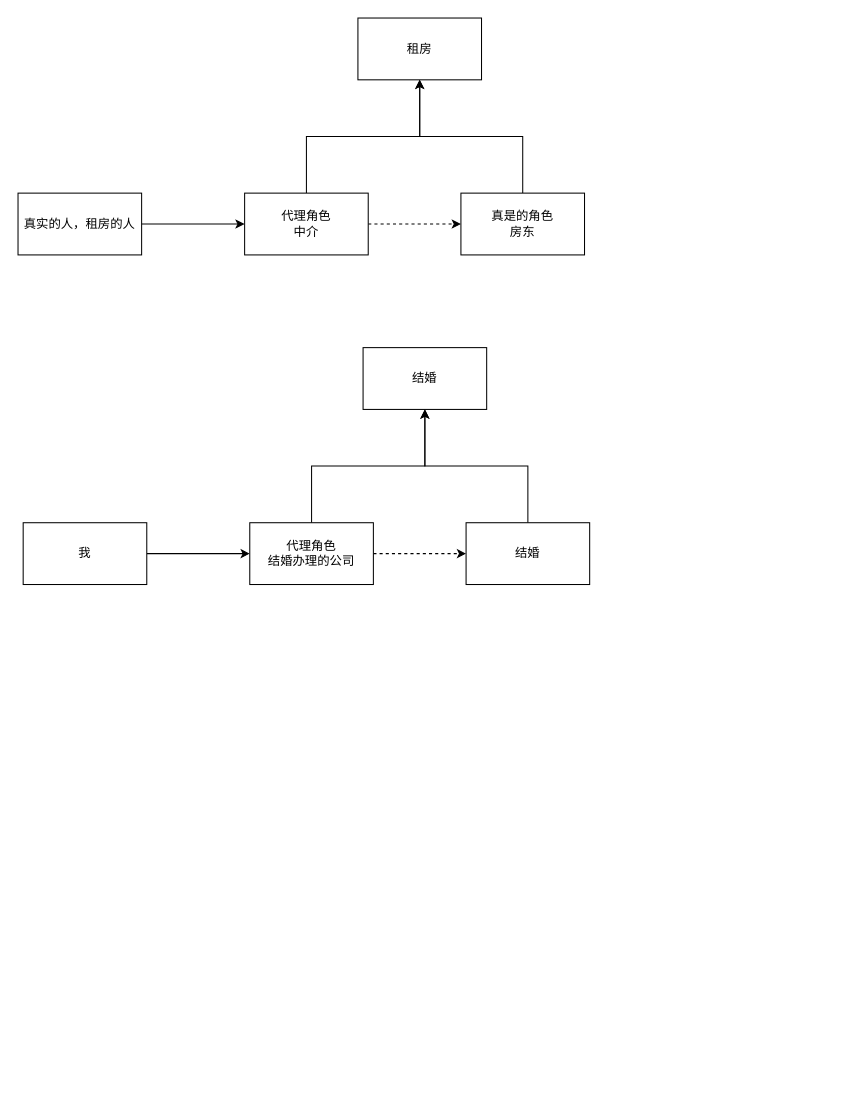
The draw.io diagram 代理模式.drawio in Fanziyang-v/hello-world, before the edit. Source tidied: cells renumbered, new cells numbered last; positions are measured from the earlier drawing's top-left corner, leaving out a move shared by most shapes. Both pictures are drawn from the tidied source at 103%, with x=0, y=0 at pixel (18, 18).
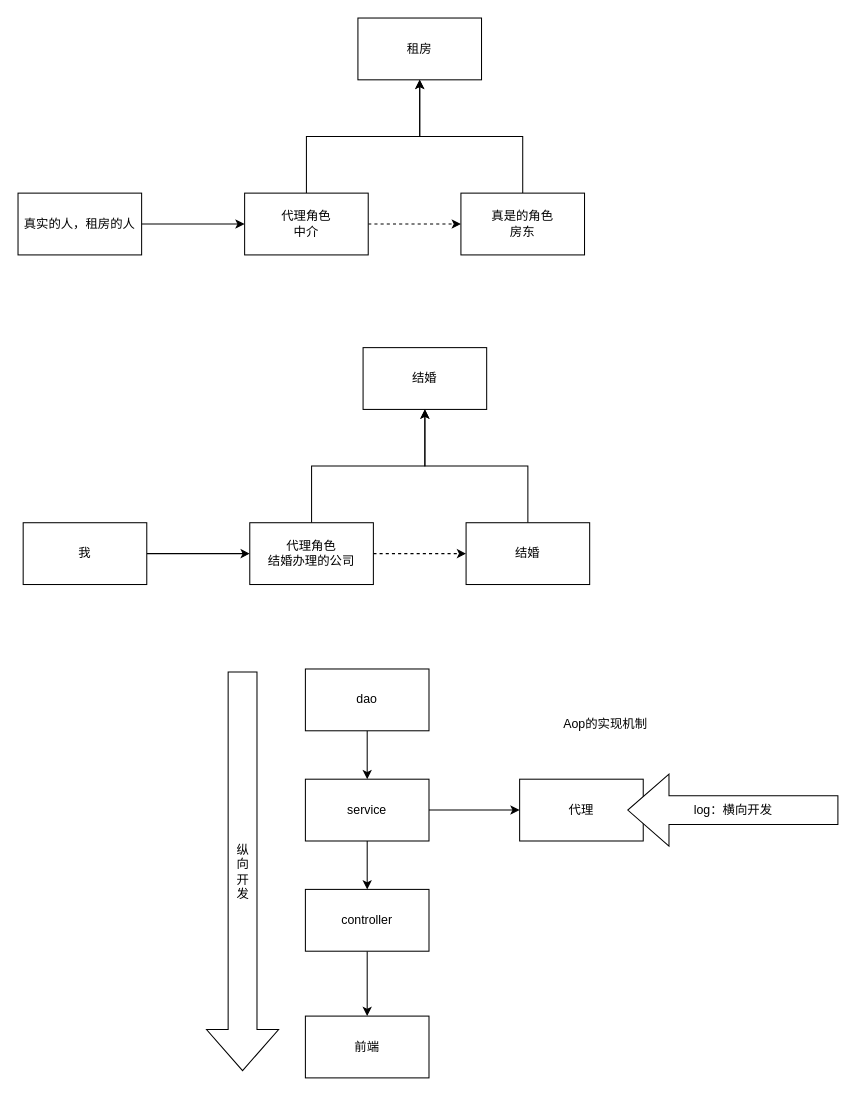
The same page after the edit.

Commit message (it also covers changes not shown here):
更新代理模式.drawio

What changed in the source:
```diff
@@
+    <mxCell id="18" style="edgeStyle=orthogonalEdgeStyle;rounded=0;jettySize=auto;html=1;" parent="1" edge="1" source="19" target="22">
+      <mxGeometry relative="1" as="geometry" />
+    </mxCell>
+    <mxCell id="19" value="dao" style="rounded=0;whiteSpace=wrap;html=1;" parent="1" vertex="1">
+      <mxGeometry x="279" y="632" width="120" height="60" as="geometry" />
+    </mxCell>
+    <mxCell id="20" style="edgeStyle=orthogonalEdgeStyle;rounded=0;jettySize=auto;html=1;entryX=0.5;entryY=0;entryDx=0;entryDy=0;" parent="1" edge="1" source="22" target="24">
+      <mxGeometry relative="1" as="geometry" />
+    </mxCell>
+    <mxCell id="21" style="edgeStyle=orthogonalEdgeStyle;rounded=0;jettySize=auto;html=1;" parent="1" edge="1" source="22" target="27">
+      <mxGeometry relative="1" as="geometry" />
+    </mxCell>
+    <mxCell id="22" value="service" style="rounded=0;whiteSpace=wrap;html=1;" parent="1" vertex="1">
+      <mxGeometry x="279" y="739" width="120" height="60" as="geometry" />
+    </mxCell>
+    <mxCell id="23" style="edgeStyle=orthogonalEdgeStyle;rounded=0;jettySize=auto;html=1;" parent="1" edge="1" source="24" target="25">
+      <mxGeometry relative="1" as="geometry" />
+    </mxCell>
+    <mxCell id="24" value="controller" style="rounded=0;whiteSpace=wrap;html=1;" parent="1" vertex="1">
+      <mxGeometry x="279" y="846" width="120" height="60" as="geometry" />
+    </mxCell>
+    <mxCell id="25" value="前端" style="rounded=0;whiteSpace=wrap;html=1;" parent="1" vertex="1">
+      <mxGeometry x="279" y="969" width="120" height="60" as="geometry" />
+    </mxCell>
+    <mxCell id="26" value="纵&lt;br&gt;向&lt;br&gt;开&lt;br&gt;发" style="html=1;shadow=0;dashed=0;align=center;verticalAlign=middle;shape=mxgraph.arrows2.arrow;dy=0.6;dx=40;direction=south;notch=0;" parent="1" vertex="1">
+      <mxGeometry x="183" y="635" width="70" height="387" as="geometry" />
+    </mxCell>
+    <mxCell id="27" value="代理" style="rounded=0;whiteSpace=wrap;html=1;" parent="1" vertex="1">
+      <mxGeometry x="487" y="739" width="120" height="60" as="geometry" />
+    </mxCell>
+    <mxCell id="28" value="Aop的实现机制" style="text;html=1;strokeColor=none;fillColor=none;align=center;verticalAlign=middle;whiteSpace=wrap;rounded=0;" parent="1" vertex="1">
+      <mxGeometry x="524" y="671" width="93" height="30" as="geometry" />
+    </mxCell>
+    <mxCell id="29" value="log：横向开发" style="html=1;shadow=0;dashed=0;align=center;verticalAlign=middle;shape=mxgraph.arrows2.arrow;dy=0.6;dx=40;flipH=1;notch=0;" parent="1" vertex="1">
+      <mxGeometry x="592" y="734" width="204" height="70" as="geometry" />
+    </mxCell>
```
